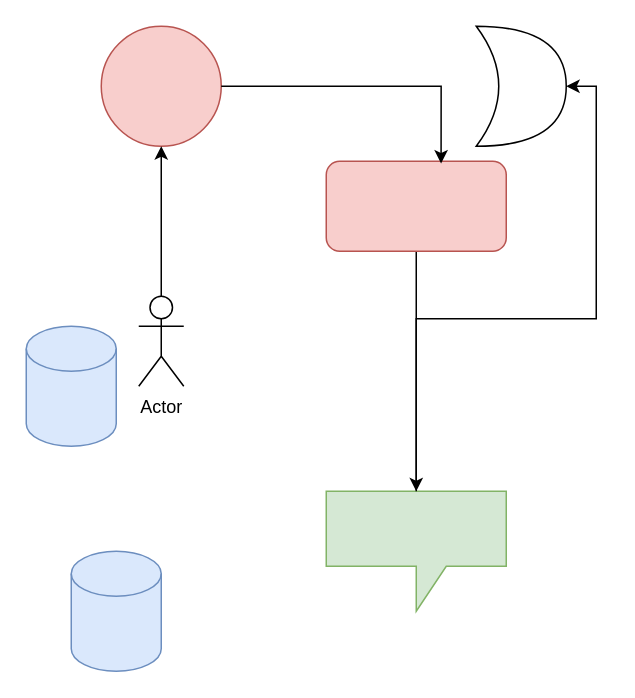
Above: page "Page-2" (2 of 2) of docs/assets/drawio/demo3.drawio in ShaoOrg/bulletin (draw.io), before the change. Source tidied: cells renumbered, new cells numbered last; positions are measured from the earlier drawing's top-left corner, leaving out a move shared by most shapes. Both pictures are drawn from the tidied source at 150%, with x=0, y=0 at pixel (26, 26).
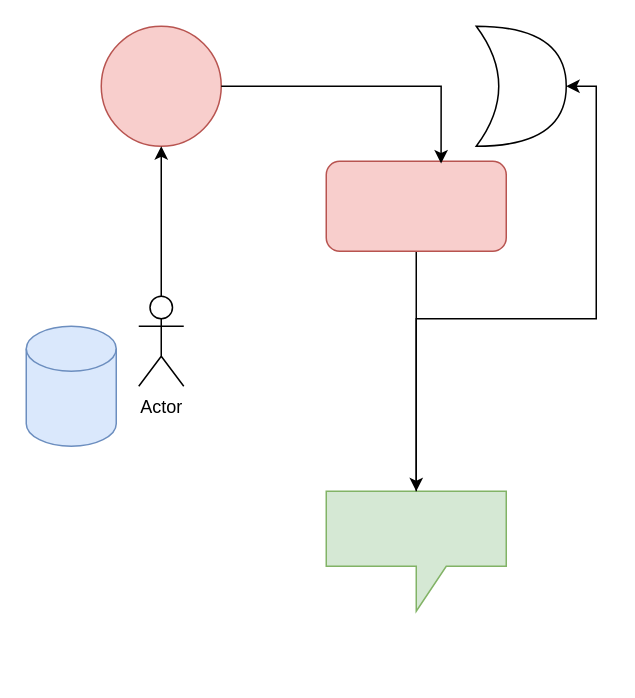
After the change.

Change to the diagram source:
```diff
@@
 <mxGraphModel>
   <root>
     <mxCell id="0" />
     <mxCell id="1" parent="0" />
     <mxCell id="2" style="edgeStyle=orthogonalEdgeStyle;rounded=0;jettySize=auto;html=1;" parent="1" edge="1" source="3" target="5">
       <mxGeometry relative="1" as="geometry" />
     </mxCell>
     <mxCell id="3" style="rounded=1;whiteSpace=wrap;html=1;fillColor=#f8cecc;strokeColor=#b85450;" parent="1" vertex="1">
       <mxGeometry x="200" y="90" width="120" height="60" as="geometry" />
     </mxCell>
     <mxCell id="4" style="ellipse;whiteSpace=wrap;html=1;fillColor=#f8cecc;strokeColor=#b85450;" parent="1" vertex="1">
       <mxGeometry x="50" width="80" height="80" as="geometry" />
     </mxCell>
     <mxCell id="5" style="shape=callout;whiteSpace=wrap;html=1;perimeter=calloutPerimeter;fillColor=#d5e8d4;strokeColor=#82b366;" parent="1" vertex="1">
       <mxGeometry x="200" y="310" width="120" height="80" as="geometry" />
     </mxCell>
     <mxCell id="6" style="edgeStyle=orthogonalEdgeStyle;rounded=0;jettySize=auto;html=1;entryX=0.5;entryY=1;entryDx=0;entryDy=0;" parent="1" edge="1" source="7" target="4">
       <mxGeometry relative="1" as="geometry" />
     </mxCell>
     <mxCell id="7" value="Actor" style="shape=umlActor;verticalLabelPosition=bottom;verticalAlign=top;html=1;outlineConnect=0;" parent="1" vertex="1">
       <mxGeometry x="75" y="180" width="30" height="60" as="geometry" />
     </mxCell>
     <mxCell id="8" style="shape=xor;whiteSpace=wrap;html=1;" parent="1" vertex="1">
       <mxGeometry x="300" width="60" height="80" as="geometry" />
     </mxCell>
     <mxCell id="9" style="edgeStyle=orthogonalEdgeStyle;rounded=0;jettySize=auto;html=1;entryX=0.638;entryY=0.025;entryDx=0;entryDy=0;entryPerimeter=0;" parent="1" edge="1" source="4" target="3">
       <mxGeometry relative="1" as="geometry" />
     </mxCell>
     <mxCell id="10" style="edgeStyle=orthogonalEdgeStyle;rounded=0;jettySize=auto;html=1;entryX=1;entryY=0.5;entryDx=0;entryDy=0;entryPerimeter=0;" parent="1" edge="1" source="5" target="8">
       <mxGeometry relative="1" as="geometry" />
     </mxCell>
-    <mxCell id="11" style="shape=cylinder3;whiteSpace=wrap;html=1;boundedLbl=1;backgroundOutline=1;size=15;fillColor=#dae8fc;strokeColor=#6c8ebf;" parent="1" vertex="1">
-      <mxGeometry x="30" y="350" width="60" height="80" as="geometry" />
-    </mxCell>
     <mxCell id="12" style="shape=cylinder3;whiteSpace=wrap;html=1;boundedLbl=1;backgroundOutline=1;size=15;fillColor=#dae8fc;strokeColor=#6c8ebf;" parent="1" vertex="1">
       <mxGeometry y="200" width="60" height="80" as="geometry" />
     </mxCell>
   </root>
 </mxGraphModel>
```
